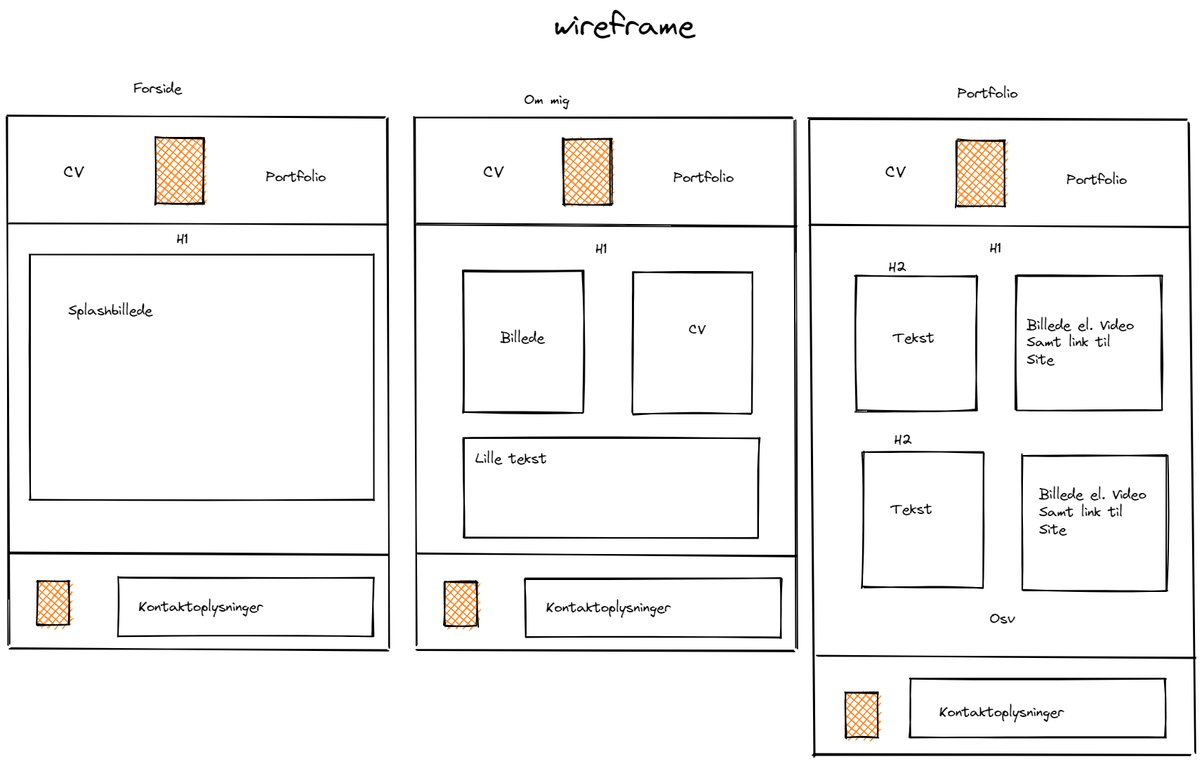
The Excalidraw diagram images/wireframe.png in Yase0236/06-eksamen, before a commit. Source tidied: one line per element, renumbered; positions are measured from the earlier drawing's top-left corner, leaving out a move shared by most shapes.
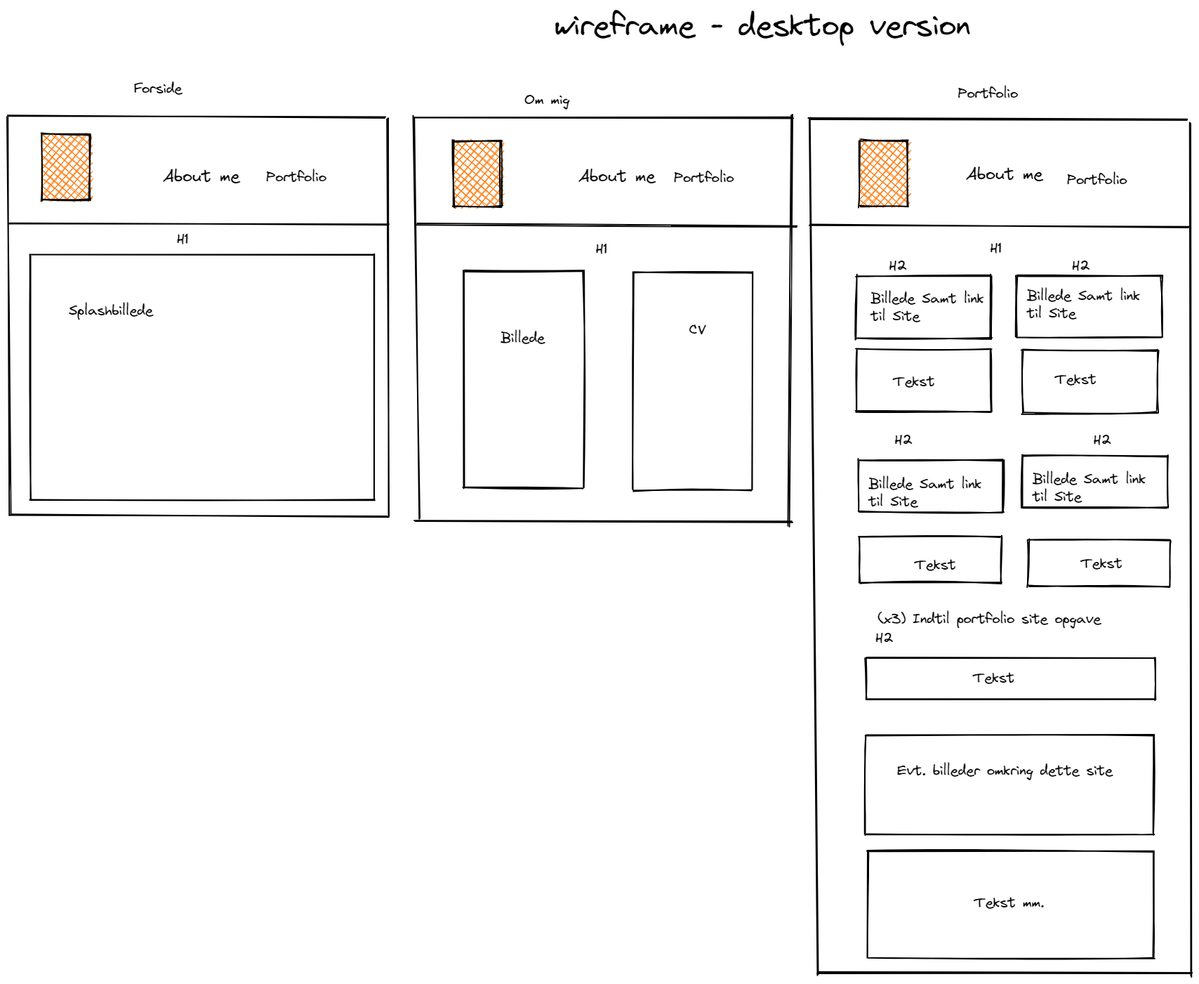
The same diagram one commit later.

Commit message:
gallery portfolio

What changed in the source:
```diff
@@ -1,62 +1,65 @@
-{"id": 0, "type": "text", "text": "wireframe", "strokeColor": "#000000", "strokeWidth": 1, "roughness": 1, "fontSize": 43.83, "fontFamily": 1, "x": 779, "y": 0, "width": 202, "height": 55}
+{"id": 0, "type": "text", "text": "wireframe - desktop version", "strokeColor": "#000000", "strokeWidth": 1, "roughness": 1, "fontSize": 43.83, "fontFamily": 1, "x": 779, "y": 0, "width": 594, "height": 55}
 {"id": 1, "type": "line", "strokeColor": "#000000", "strokeWidth": 2, "roughness": 1, "x": 1, "y": 155, "width": 538, "height": 1, "points": [[0, 0], [538, 1]]}
-{"id": 2, "type": "line", "strokeColor": "#000000", "strokeWidth": 2, "roughness": 1, "x": 4, "y": 914, "width": 538, "height": 1, "points": [[0, 0], [538, 1]]}
+{"id": 2, "type": "line", "strokeColor": "#000000", "strokeWidth": 2, "roughness": 1, "x": 4, "y": 724, "width": 538, "height": 1, "points": [[0, 0], [538, 1]]}
-{"id": 3, "type": "line", "strokeColor": "#000000", "strokeWidth": 2, "roughness": 1, "x": 541, "y": 160, "width": 3, "height": 752, "points": [[0, 0], [3, 752]]}
+{"id": 3, "type": "line", "strokeColor": "#000000", "strokeWidth": 2, "roughness": 1, "x": 541, "y": 160, "width": 2, "height": 564, "points": [[0, 0], [2, 564]]}
-{"id": 4, "type": "line", "strokeColor": "#000000", "strokeWidth": 2, "roughness": 1, "x": 0, "y": 156, "width": 3, "height": 752, "points": [[0, 0], [3, 752]]}
+{"id": 4, "type": "line", "strokeColor": "#000000", "strokeWidth": 2, "roughness": 1, "x": 0, "y": 156, "width": 4, "height": 567, "points": [[0, 0], [4, 567]]}
 {"id": 5, "type": "line", "strokeColor": "#000000", "strokeWidth": 2, "roughness": 1, "x": 3, "y": 308, "width": 540, "height": 3, "points": [[0, 0], [540, 3]]}
-{"id": 6, "type": "line", "strokeColor": "#000000", "strokeWidth": 2, "roughness": 1, "x": 4, "y": 778, "width": 540, "height": 3, "points": [[0, 0], [540, 3]]}
-{"id": 7, "type": "rectangle", "strokeColor": "#000000", "backgroundColor": "#fd7e14", "fillStyle": "cross-hatch", "strokeWidth": 2, "roughness": 1, "x": 212, "y": 187, "width": 69, "height": 94}
+{"id": 7, "type": "rectangle", "strokeColor": "#000000", "backgroundColor": "#fd7e14", "fillStyle": "cross-hatch", "strokeWidth": 2, "roughness": 1, "x": 49, "y": 181, "width": 69, "height": 94}
-{"id": 8, "type": "text", "text": "CV", "strokeColor": "#000000", "backgroundColor": "#fd7e14", "fillStyle": "cross-hatch", "strokeWidth": 2, "roughness": 1, "fontSize": 24.16, "fontFamily": 1, "x": 80, "y": 220, "width": 29, "height": 30}
 {"id": 9, "type": "text", "text": "Portfolio", "strokeColor": "#000000", "backgroundColor": "#fd7e14", "fillStyle": "cross-hatch", "strokeWidth": 2, "roughness": 1, "fontSize": 20, "fontFamily": 1, "x": 368, "y": 230, "width": 86, "height": 25}
-{"id": 10, "type": "rectangle", "strokeColor": "#000000", "backgroundColor": "#fd7e14", "fillStyle": "cross-hatch", "strokeWidth": 2, "roughness": 1, "x": 43, "y": 818, "width": 46, "height": 63}
-{"id": 11, "type": "rectangle", "strokeColor": "#000000", "strokeWidth": 2, "roughness": 1, "x": 158, "y": 813, "width": 363, "height": 83}
-{"id": 12, "type": "text", "text": "Kontaktoplysninger ", "strokeColor": "#000000", "strokeWidth": 2, "roughness": 1, "fontSize": 20, "fontFamily": 1, "x": 187, "y": 842, "width": 189, "height": 25}
 {"id": 13, "type": "rectangle", "strokeColor": "#000000", "strokeWidth": 2, "roughness": 1, "x": 32, "y": 352, "width": 490, "height": 350}
 {"id": 14, "type": "text", "text": "Splashbillede", "strokeColor": "#000000", "strokeWidth": 2, "roughness": 1, "fontSize": 20, "fontFamily": 1, "x": 87, "y": 420, "width": 121, "height": 25}
 {"id": 15, "type": "line", "strokeColor": "#000000", "strokeWidth": 2, "roughness": 1, "x": 582, "y": 157, "width": 538, "height": 1, "points": [[0, 0], [538, 1]]}
-{"id": 16, "type": "line", "strokeColor": "#000000", "strokeWidth": 2, "roughness": 1, "x": 585, "y": 915, "width": 538, "height": 1, "points": [[0, 0], [538, 1]]}
+{"id": 16, "type": "line", "strokeColor": "#000000", "strokeWidth": 2, "roughness": 1, "x": 581, "y": 731, "width": 538, "height": 1, "points": [[0, 0], [538, 1]]}
-{"id": 17, "type": "line", "strokeColor": "#000000", "strokeWidth": 2, "roughness": 1, "x": 1122, "y": 161, "width": 3, "height": 752, "points": [[0, 0], [3, 752]]}
+{"id": 17, "type": "line", "strokeColor": "#000000", "strokeWidth": 2, "roughness": 1, "x": 1117, "y": 153, "width": 4, "height": 586, "points": [[0, 0], [-4, 586]]}
-{"id": 18, "type": "line", "strokeColor": "#000000", "strokeWidth": 2, "roughness": 1, "x": 581, "y": 157, "width": 3, "height": 752, "points": [[0, 0], [3, 752]]}
+{"id": 18, "type": "line", "strokeColor": "#000000", "strokeWidth": 2, "roughness": 1, "x": 579, "y": 155, "width": 8, "height": 573, "points": [[0, 0], [8, 573]]}
 {"id": 19, "type": "line", "strokeColor": "#000000", "strokeWidth": 2, "roughness": 1, "x": 583, "y": 309, "width": 540, "height": 3, "points": [[0, 0], [540, 3]]}
-{"id": 20, "type": "line", "strokeColor": "#000000", "strokeWidth": 2, "roughness": 1, "x": 584, "y": 779, "width": 540, "height": 3, "points": [[0, 0], [540, 3]]}
-{"id": 21, "type": "rectangle", "strokeColor": "#000000", "backgroundColor": "#fd7e14", "fillStyle": "cross-hatch", "strokeWidth": 2, "roughness": 1, "x": 792, "y": 188, "width": 69, "height": 94}
+{"id": 21, "type": "rectangle", "strokeColor": "#000000", "backgroundColor": "#fd7e14", "fillStyle": "cross-hatch", "strokeWidth": 2, "roughness": 1, "x": 635, "y": 190, "width": 69, "height": 94}
 {"id": 22, "type": "text", "text": "Portfolio", "strokeColor": "#000000", "backgroundColor": "#fd7e14", "fillStyle": "cross-hatch", "strokeWidth": 2, "roughness": 1, "fontSize": 20, "fontFamily": 1, "x": 949, "y": 231, "width": 86, "height": 25}
-{"id": 23, "type": "rectangle", "strokeColor": "#000000", "backgroundColor": "#fd7e14", "fillStyle": "cross-hatch", "strokeWidth": 2, "roughness": 1, "x": 623, "y": 819, "width": 46, "height": 63}
-{"id": 24, "type": "rectangle", "strokeColor": "#000000", "strokeWidth": 2, "roughness": 1, "x": 739, "y": 814, "width": 363, "height": 83}
-{"id": 25, "type": "text", "text": "Kontaktoplysninger ", "strokeColor": "#000000", "strokeWidth": 2, "roughness": 1, "fontSize": 20, "fontFamily": 1, "x": 767, "y": 843, "width": 189, "height": 25}
 {"id": 26, "type": "line", "strokeColor": "#000000", "strokeWidth": 2, "roughness": 1, "x": 1142, "y": 159, "width": 538, "height": 1, "points": [[0, 0], [538, 1]]}
-{"id": 27, "type": "line", "strokeColor": "#000000", "strokeWidth": 2, "roughness": 1, "x": 1149, "y": 1064, "width": 538, "height": 1, "points": [[0, 0], [538, 1]]}
+{"id": 27, "type": "line", "strokeColor": "#000000", "strokeWidth": 2, "roughness": 1, "x": 1155, "y": 1375, "width": 533, "height": 1, "points": [[0, 0], [533, 1]]}
-{"id": 28, "type": "line", "strokeColor": "#000000", "strokeWidth": 2, "roughness": 1, "x": 1684, "y": 166, "width": 9, "height": 896, "points": [[0, 0], [9, 896]]}
+{"id": 28, "type": "line", "strokeColor": "#000000", "strokeWidth": 2, "roughness": 1, "x": 1685, "y": 166, "width": 1, "height": 1214, "points": [[0, 0], [1, 1214]]}
-{"id": 29, "type": "line", "strokeColor": "#000000", "strokeWidth": 2, "roughness": 1, "x": 1142, "y": 161, "width": 9, "height": 906, "points": [[0, 0], [9, 906]]}
+{"id": 29, "type": "line", "strokeColor": "#000000", "strokeWidth": 2, "roughness": 1, "x": 1142, "y": 158, "width": 13, "height": 1219, "points": [[0, 0], [13, 1219]]}
 {"id": 30, "type": "line", "strokeColor": "#000000", "strokeWidth": 2, "roughness": 1, "x": 1143, "y": 311, "width": 540, "height": 3, "points": [[0, 0], [540, 3]]}
-{"id": 31, "type": "line", "strokeColor": "#000000", "strokeWidth": 2, "roughness": 1, "x": 1155, "y": 924, "width": 537, "height": 3, "points": [[0, 0], [537, 3]]}
-{"id": 32, "type": "rectangle", "strokeColor": "#000000", "backgroundColor": "#fd7e14", "fillStyle": "cross-hatch", "strokeWidth": 2, "roughness": 1, "x": 1352, "y": 190, "width": 69, "height": 94}
+{"id": 32, "type": "rectangle", "strokeColor": "#000000", "backgroundColor": "#fd7e14", "fillStyle": "cross-hatch", "strokeWidth": 2, "roughness": 1, "x": 1214, "y": 190, "width": 69, "height": 94}
 {"id": 33, "type": "text", "text": "Portfolio", "strokeColor": "#000000", "backgroundColor": "#fd7e14", "fillStyle": "cross-hatch", "strokeWidth": 2, "roughness": 1, "fontSize": 20, "fontFamily": 1, "x": 1509, "y": 234, "width": 86, "height": 25}
-{"id": 34, "type": "rectangle", "strokeColor": "#000000", "backgroundColor": "#fd7e14", "fillStyle": "cross-hatch", "strokeWidth": 2, "roughness": 1, "x": 1194, "y": 977, "width": 46, "height": 63}
-{"id": 35, "type": "rectangle", "strokeColor": "#000000", "strokeWidth": 2, "roughness": 1, "x": 1287, "y": 956, "width": 363, "height": 83}
-{"id": 36, "type": "text", "text": "Kontaktoplysninger ", "strokeColor": "#000000", "strokeWidth": 2, "roughness": 1, "fontSize": 20, "fontFamily": 1, "x": 1327, "y": 992, "width": 189, "height": 25}
-{"id": 37, "type": "text", "text": "CV", "strokeColor": "#000000", "backgroundColor": "#fd7e14", "fillStyle": "cross-hatch", "strokeWidth": 2, "roughness": 1, "fontSize": 24.16, "fontFamily": 1, "x": 678, "y": 220, "width": 29, "height": 30}
-{"id": 38, "type": "text", "text": "CV", "strokeColor": "#000000", "backgroundColor": "#fd7e14", "fillStyle": "cross-hatch", "strokeWidth": 2, "roughness": 1, "fontSize": 24.16, "fontFamily": 1, "x": 1251, "y": 220, "width": 29, "height": 30}
+{"id": 62, "type": "text", "text": "About me", "strokeColor": "#000000", "backgroundColor": "#fd7e14", "fillStyle": "cross-hatch", "strokeWidth": 2, "roughness": 1, "fontSize": 24.16, "fontFamily": 1, "x": 1365, "y": 223, "width": 110, "height": 30}
-{"id": 39, "type": "rectangle", "strokeColor": "#000000", "strokeWidth": 2, "roughness": 1, "x": 651, "y": 376, "width": 170, "height": 201}
+{"id": 39, "type": "rectangle", "strokeColor": "#000000", "strokeWidth": 2, "roughness": 1, "x": 651, "y": 376, "width": 170, "height": 308}
 {"id": 40, "type": "text", "text": "Billede", "strokeColor": "#000000", "strokeWidth": 2, "roughness": 1, "fontSize": 20, "fontFamily": 1, "x": 703, "y": 459, "width": 64, "height": 25}
-{"id": 41, "type": "text", "text": "Lille tekst ", "strokeColor": "#000000", "strokeWidth": 2, "roughness": 1, "fontSize": 20, "fontFamily": 1, "x": 667, "y": 631, "width": 113, "height": 25}
-{"id": 42, "type": "rectangle", "strokeColor": "#000000", "strokeWidth": 2, "roughness": 1, "x": 651, "y": 614, "width": 419, "height": 142}
 {"id": 43, "type": "text", "text": "CV", "strokeColor": "#000000", "strokeWidth": 2, "roughness": 1, "fontSize": 20, "fontFamily": 1, "x": 971, "y": 447, "width": 24, "height": 25}
-{"id": 44, "type": "rectangle", "strokeColor": "#000000", "strokeWidth": 2, "roughness": 1, "x": 891, "y": 378, "width": 170, "height": 201}
+{"id": 44, "type": "rectangle", "strokeColor": "#000000", "strokeWidth": 2, "roughness": 1, "x": 891, "y": 378, "width": 170, "height": 310}
 {"id": 45, "type": "text", "text": "Om mig", "strokeColor": "#000000", "strokeWidth": 2, "roughness": 1, "fontSize": 20, "fontFamily": 1, "x": 736, "y": 120, "width": 66, "height": 25}
 {"id": 46, "type": "text", "text": "Forside", "strokeColor": "#000000", "strokeWidth": 2, "roughness": 1, "fontSize": 20, "fontFamily": 1, "x": 180, "y": 104, "width": 70, "height": 25}
 {"id": 47, "type": "text", "text": "Portfolio", "strokeColor": "#000000", "strokeWidth": 2, "roughness": 1, "fontSize": 20, "fontFamily": 1, "x": 1354, "y": 111, "width": 86, "height": 25}
-{"id": 48, "type": "rectangle", "strokeColor": "#000000", "strokeWidth": 2, "roughness": 1, "x": 1209, "y": 383, "width": 171, "height": 192}
+{"id": 63, "type": "rectangle", "strokeColor": "#000000", "strokeWidth": 2, "roughness": 1, "x": 1209, "y": 383, "width": 192, "height": 90}
-{"id": 49, "type": "rectangle", "strokeColor": "#000000", "strokeWidth": 2, "roughness": 1, "x": 1438, "y": 383, "width": 206, "height": 192}
+{"id": 49, "type": "rectangle", "strokeColor": "#000000", "strokeWidth": 2, "roughness": 1, "x": 1438, "y": 383, "width": 206, "height": 88}
-{"id": 50, "type": "rectangle", "strokeColor": "#000000", "strokeWidth": 2, "roughness": 1, "x": 1219, "y": 634, "width": 171, "height": 192}
-{"id": 51, "type": "rectangle", "strokeColor": "#000000", "strokeWidth": 2, "roughness": 1, "x": 1446, "y": 639, "width": 206, "height": 192}
+{"id": 64, "type": "rectangle", "strokeColor": "#000000", "strokeWidth": 2, "roughness": 1, "x": 1214, "y": 754, "width": 202, "height": 66}
+{"id": 65, "type": "rectangle", "strokeColor": "#000000", "strokeWidth": 2, "roughness": 1, "x": 1446, "y": 639, "width": 206, "height": 74}
-{"id": 52, "type": "text", "text": "                Osv", "strokeColor": "#000000", "strokeWidth": 2, "roughness": 1, "fontSize": 20.0, "fontFamily": 1, "x": 1240, "y": 859, "width": 197, "height": 25}
+{"id": 52, "type": "text", "text": "(x3) Indtil portfolio site opgave", "strokeColor": "#000000", "strokeWidth": 2, "roughness": 1, "fontSize": 20.0, "fontFamily": 1, "x": 1240, "y": 859, "width": 319, "height": 25}
-{"id": 53, "type": "text", "text": "Tekst", "strokeColor": "#000000", "strokeWidth": 2, "roughness": 1, "fontSize": 20, "fontFamily": 1, "x": 1262, "y": 459, "width": 60, "height": 25}
-{"id": 54, "type": "text", "text": "Tekst", "strokeColor": "#000000", "strokeWidth": 2, "roughness": 1, "fontSize": 20, "fontFamily": 1, "x": 1259, "y": 703, "width": 60, "height": 25}
-{"id": 55, "type": "text", "text": "Billede el. Video\nSamt link til\nSite", "strokeColor": "#000000", "strokeWidth": 2, "roughness": 1, "fontSize": 20, "fontFamily": 1, "x": 1452, "y": 441, "width": 153, "height": 74}
-{"id": 56, "type": "text", "text": "Billede el. Video\nSamt link til\nSite", "strokeColor": "#000000", "strokeWidth": 2, "roughness": 1, "fontSize": 20, "fontFamily": 1, "x": 1470, "y": 683, "width": 153, "height": 74}
+{"id": 66, "type": "text", "text": "Tekst", "strokeColor": "#000000", "strokeWidth": 2, "roughness": 1, "fontSize": 20, "fontFamily": 1, "x": 1262, "y": 521, "width": 60, "height": 25}
+{"id": 67, "type": "text", "text": "Tekst", "strokeColor": "#000000", "strokeWidth": 2, "roughness": 1, "fontSize": 20, "fontFamily": 1, "x": 1292, "y": 782, "width": 60, "height": 25}
+{"id": 68, "type": "text", "text": "Billede Samt link \ntil Site", "strokeColor": "#000000", "strokeWidth": 2, "roughness": 1, "fontSize": 20, "fontFamily": 1, "x": 1452, "y": 399, "width": 171, "height": 50}
 {"id": 57, "type": "text", "text": "H1", "strokeColor": "#000000", "strokeWidth": 2, "roughness": 1, "fontSize": 20, "fontFamily": 1, "x": 241, "y": 318, "width": 18, "height": 25}
 {"id": 58, "type": "text", "text": "H1", "strokeColor": "#000000", "strokeWidth": 2, "roughness": 1, "fontSize": 20, "fontFamily": 1, "x": 838, "y": 332, "width": 18, "height": 25}
 {"id": 59, "type": "text", "text": "H1", "strokeColor": "#000000", "strokeWidth": 2, "roughness": 1, "fontSize": 20, "fontFamily": 1, "x": 1400, "y": 331, "width": 18, "height": 25}
+{"id": 69, "type": "text", "text": "H2", "strokeColor": "#000000", "strokeWidth": 2, "roughness": 1, "fontSize": 20, "fontFamily": 1, "x": 1256, "y": 356, "width": 26, "height": 25}
+{"id": 70, "type": "text", "text": "H2", "strokeColor": "#000000", "strokeWidth": 2, "roughness": 1, "fontSize": 20, "fontFamily": 1, "x": 1264, "y": 604, "width": 26, "height": 25}
-{"id": 60, "type": "text", "text": "H2", "strokeColor": "#000000", "strokeWidth": 2, "roughness": 1, "fontSize": 20, "fontFamily": 1, "x": 1256, "y": 358, "width": 26, "height": 25}
+{"id": 60, "type": "text", "text": "H2", "strokeColor": "#000000", "strokeWidth": 2, "roughness": 1, "fontSize": 20, "fontFamily": 1, "x": 1516, "y": 356, "width": 26, "height": 25}
-{"id": 61, "type": "text", "text": "H2", "strokeColor": "#000000", "strokeWidth": 2, "roughness": 1, "fontSize": 20, "fontFamily": 1, "x": 1264, "y": 604, "width": 26, "height": 25}
+{"id": 61, "type": "text", "text": "H2", "strokeColor": "#000000", "strokeWidth": 2, "roughness": 1, "fontSize": 20, "fontFamily": 1, "x": 1547, "y": 604, "width": 26, "height": 25}
+{"id": 55, "type": "text", "text": "Billede Samt link \ntil Site", "strokeColor": "#000000", "strokeWidth": 2, "roughness": 1, "fontSize": 20, "fontFamily": 1, "x": 1230, "y": 403, "width": 171, "height": 50}
+{"id": 71, "type": "rectangle", "strokeColor": "#000000", "strokeWidth": 2, "roughness": 1, "x": 1209, "y": 487, "width": 192, "height": 90}
+{"id": 48, "type": "rectangle", "strokeColor": "#000000", "strokeWidth": 2, "roughness": 1, "x": 1446, "y": 488, "width": 192, "height": 90}
+{"id": 53, "type": "text", "text": "Tekst", "strokeColor": "#000000", "strokeWidth": 2, "roughness": 1, "fontSize": 20, "fontFamily": 1, "x": 1492, "y": 518, "width": 60, "height": 25}
+{"id": 72, "type": "text", "text": "Billede Samt link \ntil Site", "strokeColor": "#000000", "strokeWidth": 2, "roughness": 1, "fontSize": 20, "fontFamily": 1, "x": 1460, "y": 660, "width": 171, "height": 50}
+{"id": 51, "type": "rectangle", "strokeColor": "#000000", "strokeWidth": 2, "roughness": 1, "x": 1212, "y": 645, "width": 206, "height": 74}
+{"id": 73, "type": "text", "text": "Billede Samt link \ntil Site", "strokeColor": "#000000", "strokeWidth": 2, "roughness": 1, "fontSize": 20, "fontFamily": 1, "x": 1227, "y": 667, "width": 171, "height": 50}
+{"id": 50, "type": "rectangle", "strokeColor": "#000000", "strokeWidth": 2, "roughness": 1, "x": 1454, "y": 759, "width": 202, "height": 66}
+{"id": 54, "type": "text", "text": "Tekst", "strokeColor": "#000000", "strokeWidth": 2, "roughness": 1, "fontSize": 20, "fontFamily": 1, "x": 1529, "y": 780, "width": 60, "height": 25}
+{"id": 74, "type": "text", "text": "H2", "strokeColor": "#000000", "strokeWidth": 2, "roughness": 1, "fontSize": 20, "fontFamily": 1, "x": 1236, "y": 886, "width": 26, "height": 25}
+{"id": 75, "type": "rectangle", "strokeColor": "#000000", "strokeWidth": 2, "roughness": 1, "x": 1224, "y": 927, "width": 411, "height": 59}
+{"id": 76, "type": "text", "text": "Tekst", "strokeColor": "#000000", "strokeWidth": 2, "roughness": 1, "fontSize": 20, "fontFamily": 1, "x": 1376, "y": 943, "width": 60, "height": 25}
+{"id": 77, "type": "rectangle", "strokeColor": "#000000", "strokeWidth": 2, "roughness": 1, "x": 1222, "y": 1037, "width": 411, "height": 141}
+{"id": 78, "type": "text", "text": "Evt. billeder omkring dette site", "strokeColor": "#000000", "strokeWidth": 2, "roughness": 1, "fontSize": 20, "fontFamily": 1, "x": 1267, "y": 1075, "width": 308, "height": 25}
+{"id": 79, "type": "rectangle", "strokeColor": "#000000", "strokeWidth": 2, "roughness": 1, "x": 1225, "y": 1202, "width": 408, "height": 152}
+{"id": 80, "type": "text", "text": "Tekst mm.", "strokeColor": "#000000", "strokeWidth": 2, "roughness": 1, "fontSize": 20, "fontFamily": 1, "x": 1377, "y": 1263, "width": 101, "height": 25}
+{"id": 81, "type": "text", "text": "About me", "strokeColor": "#000000", "backgroundColor": "#fd7e14", "fillStyle": "cross-hatch", "strokeWidth": 2, "roughness": 1, "fontSize": 24.16, "fontFamily": 1, "x": 813, "y": 226, "width": 110, "height": 30}
+{"id": 38, "type": "text", "text": "About me", "strokeColor": "#000000", "backgroundColor": "#fd7e14", "fillStyle": "cross-hatch", "strokeWidth": 2, "roughness": 1, "fontSize": 24.16, "fontFamily": 1, "x": 221, "y": 226, "width": 110, "height": 30}
```
